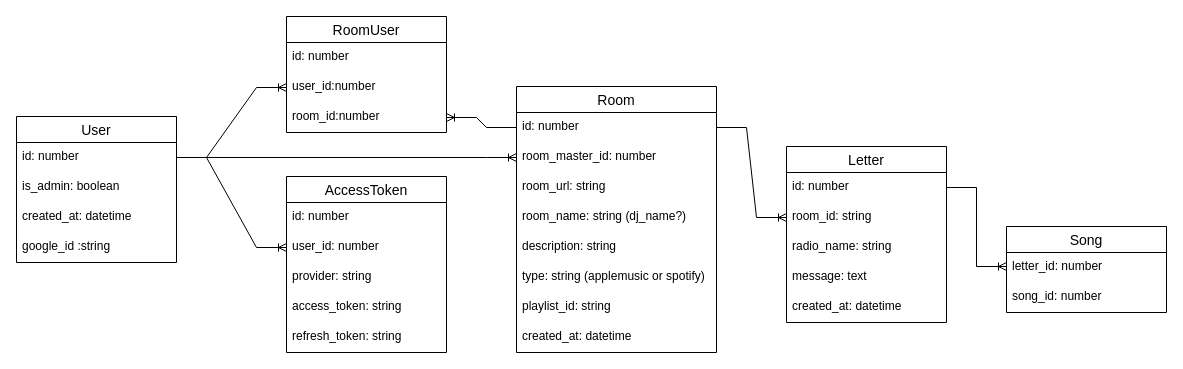
lit-kansai/dj_system-docs keeps this draw.io diagram as db/dj.drawio. Above is the earlier version. Source tidied: cells renumbered, new cells numbered last; positions are measured from the earlier drawing's top-left corner, leaving out a move shared by most shapes. Both pictures are drawn from the tidied source at 100%, with x=0, y=0 at pixel (16, 16).
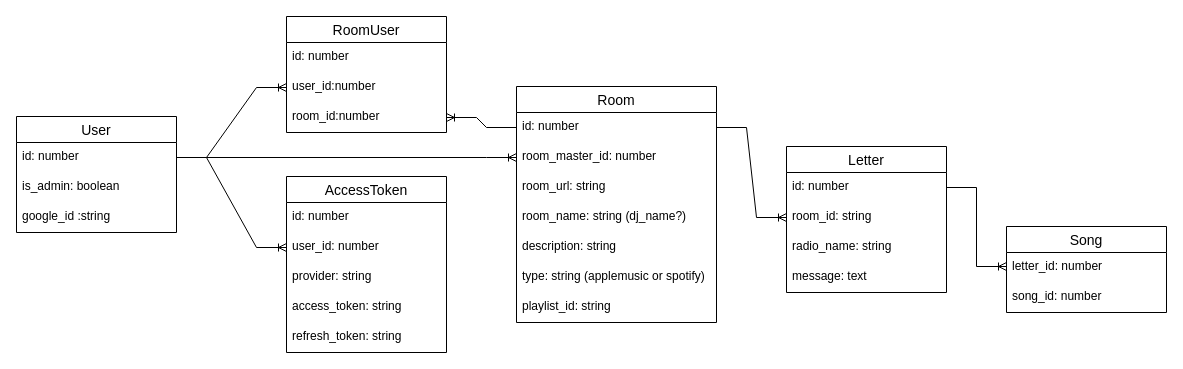
After the change.

What changed in the source:
```diff
@@
     <mxCell id="2" value="User" style="swimlane;fontStyle=0;horizontal=1;startSize=26;align=center;fontSize=14;fontFamily=Helvetica;" parent="1" vertex="1">
-      <mxGeometry y="100" width="160" height="146" as="geometry" />
+      <mxGeometry y="100" width="160" height="116" as="geometry" />
     </mxCell>
@@
-    <mxCell id="5" value="created_at: datetime" style="text;strokeColor=none;fillColor=none;spacingLeft=4;spacingRight=4;overflow=hidden;fontSize=12;fontFamily=Helvetica;" parent="2" vertex="1">
-      <mxGeometry y="86" width="160" height="30" as="geometry" />
-    </mxCell>
     <mxCell id="6" value="google_id :string" style="text;strokeColor=none;fillColor=none;spacingLeft=4;spacingRight=4;overflow=hidden;fontSize=12;fontFamily=Helvetica;" parent="2" vertex="1">
-      <mxGeometry y="116" width="160" height="30" as="geometry" />
+      <mxGeometry y="86" width="160" height="30" as="geometry" />
     </mxCell>
     <mxCell id="7" value="Room" style="swimlane;fontStyle=0;horizontal=1;startSize=26;align=center;fontSize=14;fontFamily=Helvetica;" parent="1" vertex="1">
-      <mxGeometry x="500" y="70" width="200" height="266" as="geometry" />
+      <mxGeometry x="500" y="70" width="200" height="236" as="geometry" />
     </mxCell>
@@
-    <mxCell id="15" value="created_at: datetime" style="text;strokeColor=none;fillColor=none;spacingLeft=4;spacingRight=4;overflow=hidden;fontSize=12;fontFamily=Helvetica;" parent="7" vertex="1">
-      <mxGeometry y="236" width="200" height="30" as="geometry" />
-    </mxCell>
     <mxCell id="16" value="Letter" style="swimlane;fontStyle=0;horizontal=1;startSize=26;align=center;fontSize=14;fontFamily=Helvetica;" parent="1" vertex="1">
-      <mxGeometry x="770" y="130" width="160" height="176" as="geometry" />
+      <mxGeometry x="770" y="130" width="160" height="146" as="geometry" />
     </mxCell>
@@
-    <mxCell id="21" value="created_at: datetime" style="text;strokeColor=none;fillColor=none;spacingLeft=4;spacingRight=4;overflow=hidden;fontSize=12;fontFamily=Helvetica;" parent="16" vertex="1">
-      <mxGeometry y="146" width="160" height="30" as="geometry" />
-    </mxCell>
```
